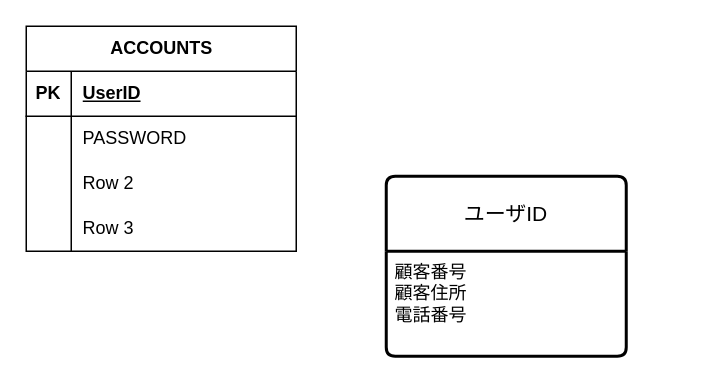
Earlier version of the draw.io diagram ER図1.drawio (Holy0343/Product1). Source tidied: cells renumbered, new cells numbered last; positions are measured from the earlier drawing's top-left corner, leaving out a move shared by most shapes. Both pictures are drawn from the tidied source at 150%, with x=0, y=0 at pixel (26, 26).
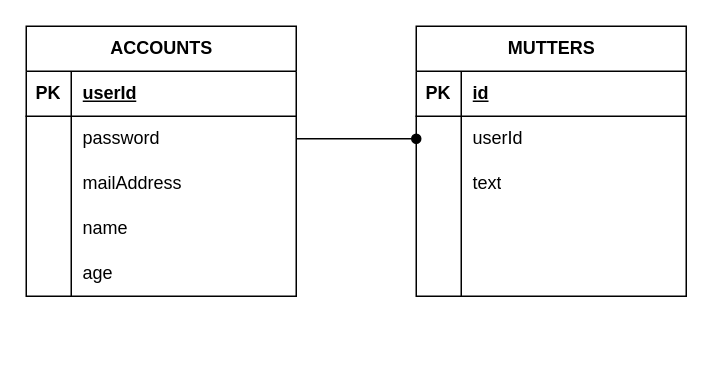
Above is the later version.

Commit message:
ER図1.drawio を更新します

The change refers to these unchanged cells:
```xml
<mxCell id="5" style="shape=tableRow;horizontal=0;startSize=0;swimlaneHead=0;swimlaneBody=0;fillColor=none;top=0;left=0;right=0;bottom=1;" parent="4" vertex="1">
  <mxGeometry y="30" width="180" height="30" as="geometry" />
</mxCell>
<mxCell id="8" style="shape=tableRow;horizontal=0;startSize=0;swimlaneHead=0;swimlaneBody=0;fillColor=none;points=[[0,0.5],[1,0.5]];portConstraint=eastwest;top=0;left=0;right=0;bottom=0;" parent="4" vertex="1">
  <mxGeometry y="60" width="180" height="30" as="geometry" />
</mxCell>
<mxCell id="11" style="shape=tableRow;horizontal=0;startSize=0;swimlaneHead=0;swimlaneBody=0;fillColor=none;top=0;left=0;right=0;bottom=0;" parent="4" vertex="1">
  <mxGeometry y="90" width="180" height="30" as="geometry" />
</mxCell>
<mxCell id="14" style="shape=tableRow;horizontal=0;startSize=0;swimlaneHead=0;swimlaneBody=0;fillColor=none;top=0;left=0;right=0;bottom=0;" parent="4" vertex="1">
  <mxGeometry y="120" width="180" height="30" as="geometry" />
</mxCell>
```

The edit, as a diff of the source:
```diff
@@
-    <mxCell id="2" value="ユーザID" style="swimlane;horizontal=1;startSize=50;rounded=1;fontSize=14;fontStyle=0;strokeWidth=2;shadow=0;dashed=0;align=center;arcSize=4;whiteSpace=wrap;html=1;" parent="1" vertex="1">
-      <mxGeometry x="240" y="100" width="160" height="120" as="geometry" />
-    </mxCell>
-    <mxCell id="3" value="顧客番号&lt;div&gt;顧客住所&lt;/div&gt;&lt;div&gt;電話番号&lt;/div&gt;" style="align=left;strokeColor=none;fillColor=none;spacingLeft=4;fontSize=12;verticalAlign=top;html=1;" parent="2" vertex="1">
-      <mxGeometry y="50" width="160" height="70" as="geometry" />
-    </mxCell>
     <mxCell id="4" value="ACCOUNTS" style="shape=table;startSize=30;childLayout=tableLayout;rowLines=0;fontStyle=1;align=center;html=1;" parent="1" vertex="1">
-      <mxGeometry width="180" height="150" as="geometry" />
+      <mxGeometry width="180" height="180" as="geometry" />
     </mxCell>
@@
-    <mxCell id="7" value="UserID" style="shape=partialRectangle;fillColor=none;top=0;left=0;bottom=0;right=0;align=left;spacingLeft=6;fontStyle=5;overflow=hidden;whiteSpace=wrap;html=1;" parent="5" vertex="1">
+    <mxCell id="7" value="userId" style="shape=partialRectangle;fillColor=none;top=0;left=0;bottom=0;right=0;align=left;spacingLeft=6;fontStyle=5;overflow=hidden;whiteSpace=wrap;html=1;" parent="5" vertex="1">
       <mxGeometry x="30" width="150" height="30" as="geometry" />
     </mxCell>
@@
-    <mxCell id="10" value="PASSWORD" style="shape=partialRectangle;fillColor=none;top=0;left=0;bottom=0;right=0;align=left;spacingLeft=6;overflow=hidden;whiteSpace=wrap;html=1;" parent="8" vertex="1">
+    <mxCell id="10" value="password" style="shape=partialRectangle;fillColor=none;top=0;left=0;bottom=0;right=0;align=left;spacingLeft=6;overflow=hidden;whiteSpace=wrap;html=1;" parent="8" vertex="1">
       <mxGeometry x="30" width="150" height="30" as="geometry" />
     </mxCell>
@@
-    <mxCell id="13" value="Row 2" style="shape=partialRectangle;fillColor=none;top=0;left=0;bottom=0;right=0;align=left;spacingLeft=6;overflow=hidden;whiteSpace=wrap;html=1;" parent="11" vertex="1">
+    <mxCell id="13" value="mailAddress" style="shape=partialRectangle;fillColor=none;top=0;left=0;bottom=0;right=0;align=left;spacingLeft=6;overflow=hidden;whiteSpace=wrap;html=1;" parent="11" vertex="1">
       <mxGeometry x="30" width="150" height="30" as="geometry" />
     </mxCell>
@@
-    <mxCell id="16" value="Row 3" style="shape=partialRectangle;fillColor=none;top=0;left=0;bottom=0;right=0;align=left;spacingLeft=6;overflow=hidden;whiteSpace=wrap;html=1;" parent="14" vertex="1">
+    <mxCell id="16" value="name" style="shape=partialRectangle;fillColor=none;top=0;left=0;bottom=0;right=0;align=left;spacingLeft=6;overflow=hidden;whiteSpace=wrap;html=1;" parent="14" vertex="1">
       <mxGeometry x="30" width="150" height="30" as="geometry" />
     </mxCell>
+    <mxCell id="17" style="shape=tableRow;horizontal=0;startSize=0;swimlaneHead=0;swimlaneBody=0;fillColor=none;top=0;left=0;right=0;bottom=0;" parent="4" vertex="1">
+      <mxGeometry y="150" width="180" height="30" as="geometry" />
+    </mxCell>
+    <mxCell id="18" style="shape=partialRectangle;fillColor=none;top=0;left=0;bottom=0;right=0;overflow=hidden;whiteSpace=wrap;html=1;" parent="17" vertex="1">
+      <mxGeometry width="30" height="30" as="geometry" />
+    </mxCell>
+    <mxCell id="19" value="age" style="shape=partialRectangle;fillColor=none;top=0;left=0;bottom=0;right=0;align=left;spacingLeft=6;overflow=hidden;whiteSpace=wrap;html=1;" parent="17" vertex="1">
+      <mxGeometry x="30" width="150" height="30" as="geometry" />
+    </mxCell>
+    <mxCell id="20" value="MUTTERS" style="shape=table;startSize=30;childLayout=tableLayout;rowLines=0;fontStyle=1;align=center;html=1;" parent="1" vertex="1">
+      <mxGeometry x="260" width="180" height="180" as="geometry" />
+    </mxCell>
+    <mxCell id="21" style="shape=tableRow;horizontal=0;startSize=0;swimlaneHead=0;swimlaneBody=0;fillColor=none;top=0;left=0;right=0;bottom=1;" parent="20" vertex="1">
+      <mxGeometry y="30" width="180" height="30" as="geometry" />
+    </mxCell>
+    <mxCell id="22" value="PK" style="shape=partialRectangle;fillColor=none;top=0;left=0;bottom=0;right=0;fontStyle=1;overflow=hidden;whiteSpace=wrap;html=1;" parent="21" vertex="1">
+      <mxGeometry width="30" height="30" as="geometry" />
+    </mxCell>
+    <mxCell id="23" value="id" style="shape=partialRectangle;fillColor=none;top=0;left=0;bottom=0;right=0;align=left;spacingLeft=6;fontStyle=5;overflow=hidden;whiteSpace=wrap;html=1;" parent="21" vertex="1">
+      <mxGeometry x="30" width="150" height="30" as="geometry" />
+    </mxCell>
+    <mxCell id="24" style="shape=tableRow;horizontal=0;startSize=0;swimlaneHead=0;swimlaneBody=0;fillColor=none;points=[[0,0.5],[1,0.5]];portConstraint=eastwest;top=0;left=0;right=0;bottom=0;" parent="20" vertex="1">
+      <mxGeometry y="60" width="180" height="30" as="geometry" />
+    </mxCell>
+    <mxCell id="25" style="shape=partialRectangle;fillColor=none;top=0;left=0;bottom=0;right=0;overflow=hidden;whiteSpace=wrap;html=1;" parent="24" vertex="1">
+      <mxGeometry width="30" height="30" as="geometry" />
+    </mxCell>
+    <mxCell id="26" value="userId" style="shape=partialRectangle;fillColor=none;top=0;left=0;bottom=0;right=0;align=left;spacingLeft=6;overflow=hidden;whiteSpace=wrap;html=1;" parent="24" vertex="1">
+      <mxGeometry x="30" width="150" height="30" as="geometry" />
+    </mxCell>
+    <mxCell id="27" style="shape=tableRow;horizontal=0;startSize=0;swimlaneHead=0;swimlaneBody=0;fillColor=none;top=0;left=0;right=0;bottom=0;" parent="20" vertex="1">
+      <mxGeometry y="90" width="180" height="30" as="geometry" />
+    </mxCell>
+    <mxCell id="28" style="shape=partialRectangle;fillColor=none;top=0;left=0;bottom=0;right=0;overflow=hidden;whiteSpace=wrap;html=1;" parent="27" vertex="1">
+      <mxGeometry width="30" height="30" as="geometry" />
+    </mxCell>
+    <mxCell id="29" value="text" style="shape=partialRectangle;fillColor=none;top=0;left=0;bottom=0;right=0;align=left;spacingLeft=6;overflow=hidden;whiteSpace=wrap;html=1;" parent="27" vertex="1">
+      <mxGeometry x="30" width="150" height="30" as="geometry" />
+    </mxCell>
+    <mxCell id="30" style="shape=tableRow;horizontal=0;startSize=0;swimlaneHead=0;swimlaneBody=0;fillColor=none;top=0;left=0;right=0;bottom=0;" parent="20" vertex="1">
+      <mxGeometry y="120" width="180" height="30" as="geometry" />
+    </mxCell>
+    <mxCell id="31" style="shape=partialRectangle;fillColor=none;top=0;left=0;bottom=0;right=0;overflow=hidden;whiteSpace=wrap;html=1;" parent="30" vertex="1">
+      <mxGeometry width="30" height="30" as="geometry" />
+    </mxCell>
+    <mxCell id="32" style="shape=partialRectangle;fillColor=none;top=0;left=0;bottom=0;right=0;align=left;spacingLeft=6;overflow=hidden;whiteSpace=wrap;html=1;" parent="30" vertex="1">
+      <mxGeometry x="30" width="150" height="30" as="geometry" />
+    </mxCell>
+    <mxCell id="33" style="shape=tableRow;horizontal=0;startSize=0;swimlaneHead=0;swimlaneBody=0;fillColor=none;top=0;left=0;right=0;bottom=0;" parent="20" vertex="1">
+      <mxGeometry y="150" width="180" height="30" as="geometry" />
+    </mxCell>
+    <mxCell id="34" style="shape=partialRectangle;fillColor=none;top=0;left=0;bottom=0;right=0;overflow=hidden;whiteSpace=wrap;html=1;" parent="33" vertex="1">
+      <mxGeometry width="30" height="30" as="geometry" />
+    </mxCell>
+    <mxCell id="35" style="shape=partialRectangle;fillColor=none;top=0;left=0;bottom=0;right=0;align=left;spacingLeft=6;overflow=hidden;whiteSpace=wrap;html=1;" parent="33" vertex="1">
+      <mxGeometry x="30" width="150" height="30" as="geometry" />
+    </mxCell>
+    <mxCell id="36" style="edgeStyle=orthogonalEdgeStyle;rounded=0;jettySize=auto;html=1;entryX=0;entryY=0.5;entryDx=0;entryDy=0;endArrow=oval;endFill=1;" parent="1" edge="1" source="8" target="24">
+      <mxGeometry relative="1" as="geometry" />
+    </mxCell>
```
